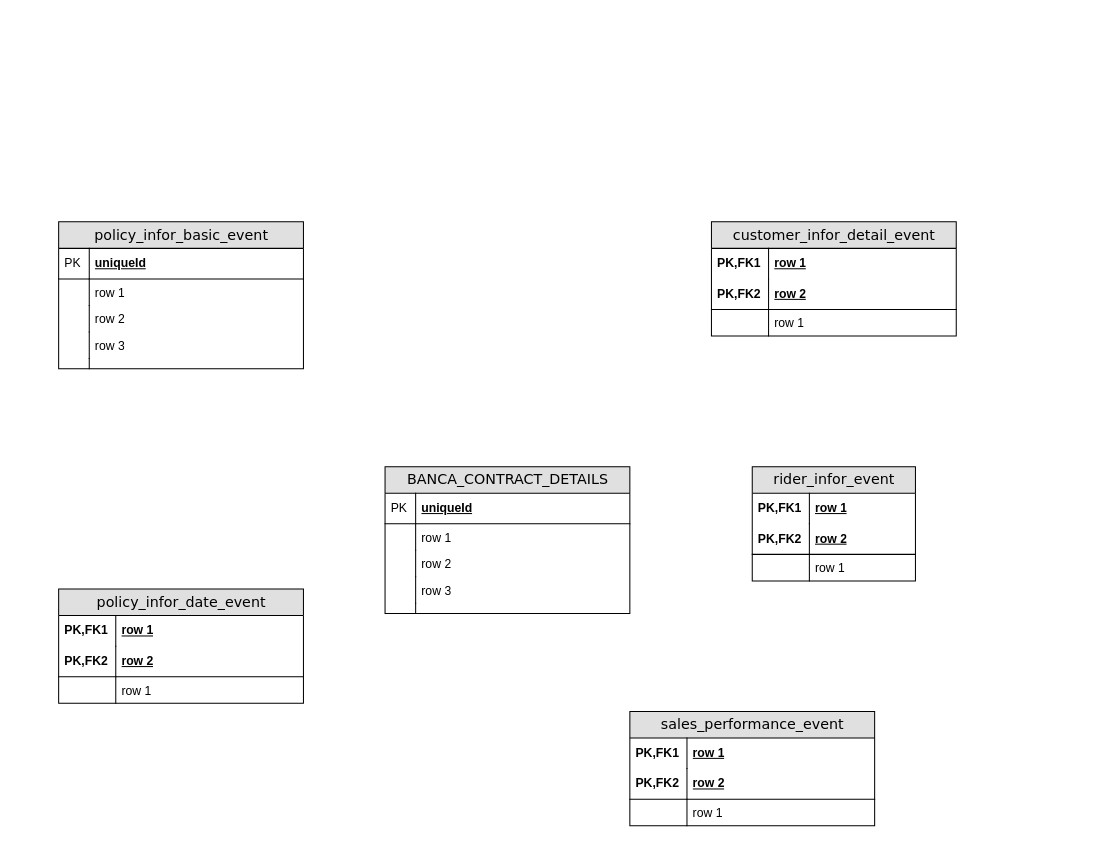
EpicM97/EpicM keeps this draw.io diagram as VIB_TARGET.drawio. Above is the earlier version. Source tidied: cells renumbered, new cells numbered last; positions are measured from the earlier drawing's top-left corner, leaving out a move shared by most shapes. Both pictures are drawn from the tidied source at 102%, with x=0, y=0 at pixel (58, 221).
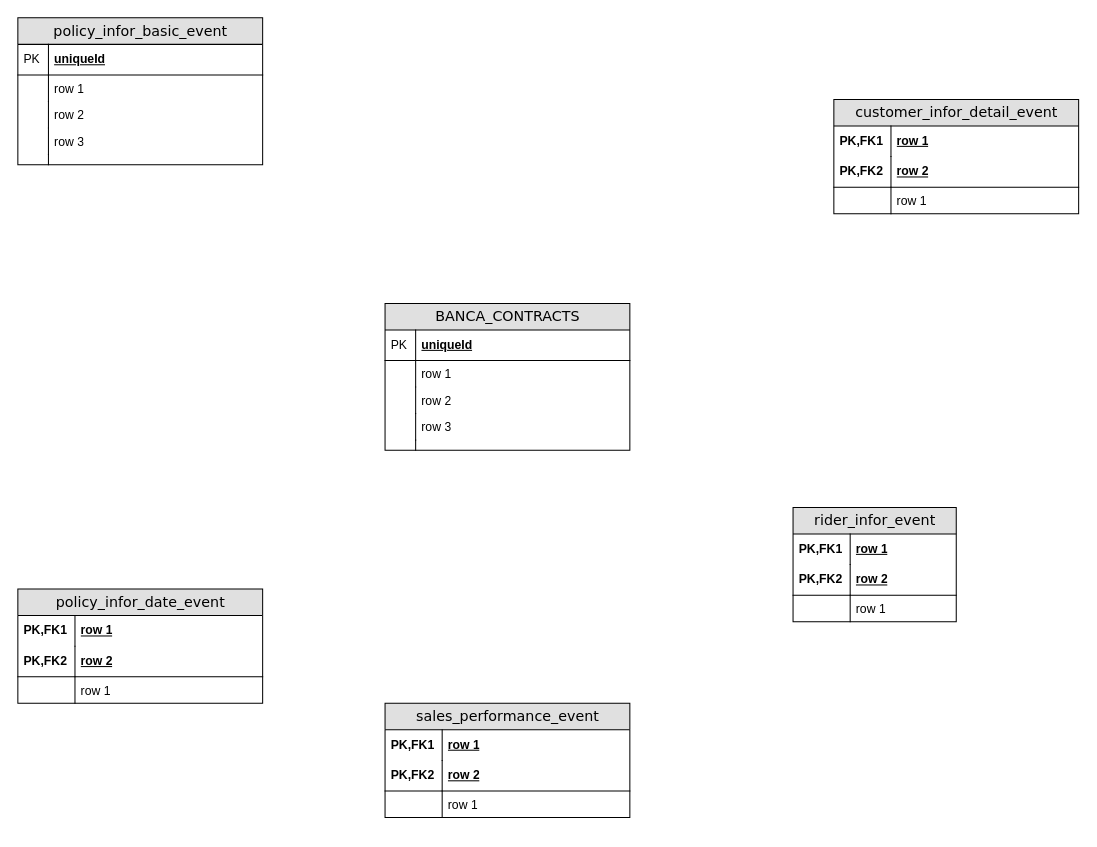
The same diagram, later.

The edit, as a diff of the source:
```diff
@@
     <mxCell id="2" value="policy_infor_basic_event" style="swimlane;html=1;fontStyle=0;horizontal=1;startSize=26;fillColor=#e0e0e0;swimlaneFillColor=#ffffff;align=center;rounded=0;shadow=0;comic=0;labelBackgroundColor=none;strokeWidth=1;fontFamily=Verdana;fontSize=14;" parent="1" vertex="1">
-      <mxGeometry width="240" height="144" as="geometry" />
+      <mxGeometry x="-40" y="-200" width="240" height="144" as="geometry" />
     </mxCell>
@@
-    <mxCell id="13" value="BANCA_CONTRACT_DETAILS" style="swimlane;html=1;fontStyle=0;horizontal=1;startSize=26;fillColor=#e0e0e0;swimlaneFillColor=#ffffff;align=center;rounded=0;shadow=0;comic=0;labelBackgroundColor=none;strokeWidth=1;fontFamily=Verdana;fontSize=14;" parent="1" vertex="1">
-      <mxGeometry x="320" y="240" width="240" height="144" as="geometry" />
+    <mxCell id="13" value="BANCA_CONTRACTS" style="swimlane;html=1;fontStyle=0;horizontal=1;startSize=26;fillColor=#e0e0e0;swimlaneFillColor=#ffffff;align=center;rounded=0;shadow=0;comic=0;labelBackgroundColor=none;strokeWidth=1;fontFamily=Verdana;fontSize=14;" parent="1" vertex="1">
+      <mxGeometry x="320" y="80" width="240" height="144" as="geometry" />
     </mxCell>
@@
     <mxCell id="24" value="customer_infor_detail_event" style="swimlane;html=1;fontStyle=0;horizontal=1;startSize=26;fillColor=#e0e0e0;swimlaneFillColor=#ffffff;align=center;rounded=0;shadow=0;comic=0;labelBackgroundColor=none;strokeWidth=1;fontFamily=Verdana;fontSize=14;" parent="1" vertex="1">
-      <mxGeometry x="640" width="240" height="112" as="geometry" />
+      <mxGeometry x="760" y="-120" width="240" height="112" as="geometry" />
     </mxCell>
@@
     <mxCell id="31" value="policy_infor_date_event" style="swimlane;html=1;fontStyle=0;horizontal=1;startSize=26;fillColor=#e0e0e0;swimlaneFillColor=#ffffff;align=center;rounded=0;shadow=0;comic=0;labelBackgroundColor=none;strokeWidth=1;fontFamily=Verdana;fontSize=14;" parent="1" vertex="1">
-      <mxGeometry y="360" width="240" height="112" as="geometry" />
+      <mxGeometry x="-40" y="360" width="240" height="112" as="geometry" />
     </mxCell>
@@
     <mxCell id="38" value="rider_infor_event" style="swimlane;html=1;fontStyle=0;horizontal=1;startSize=26;fillColor=#e0e0e0;swimlaneFillColor=#ffffff;align=center;rounded=0;shadow=0;comic=0;labelBackgroundColor=none;strokeWidth=1;fontFamily=Verdana;fontSize=14;" parent="1" vertex="1">
-      <mxGeometry x="680" y="240" width="160" height="112" as="geometry" />
+      <mxGeometry x="720" y="280" width="160" height="112" as="geometry" />
     </mxCell>
@@
     <mxCell id="45" value="sales_performance_event" style="swimlane;html=1;fontStyle=0;horizontal=1;startSize=26;fillColor=#e0e0e0;swimlaneFillColor=#ffffff;align=center;rounded=0;shadow=0;comic=0;labelBackgroundColor=none;strokeWidth=1;fontFamily=Verdana;fontSize=14;" parent="1" vertex="1">
-      <mxGeometry x="560" y="480" width="240" height="112" as="geometry" />
+      <mxGeometry x="320" y="472" width="240" height="112" as="geometry" />
     </mxCell>
```
